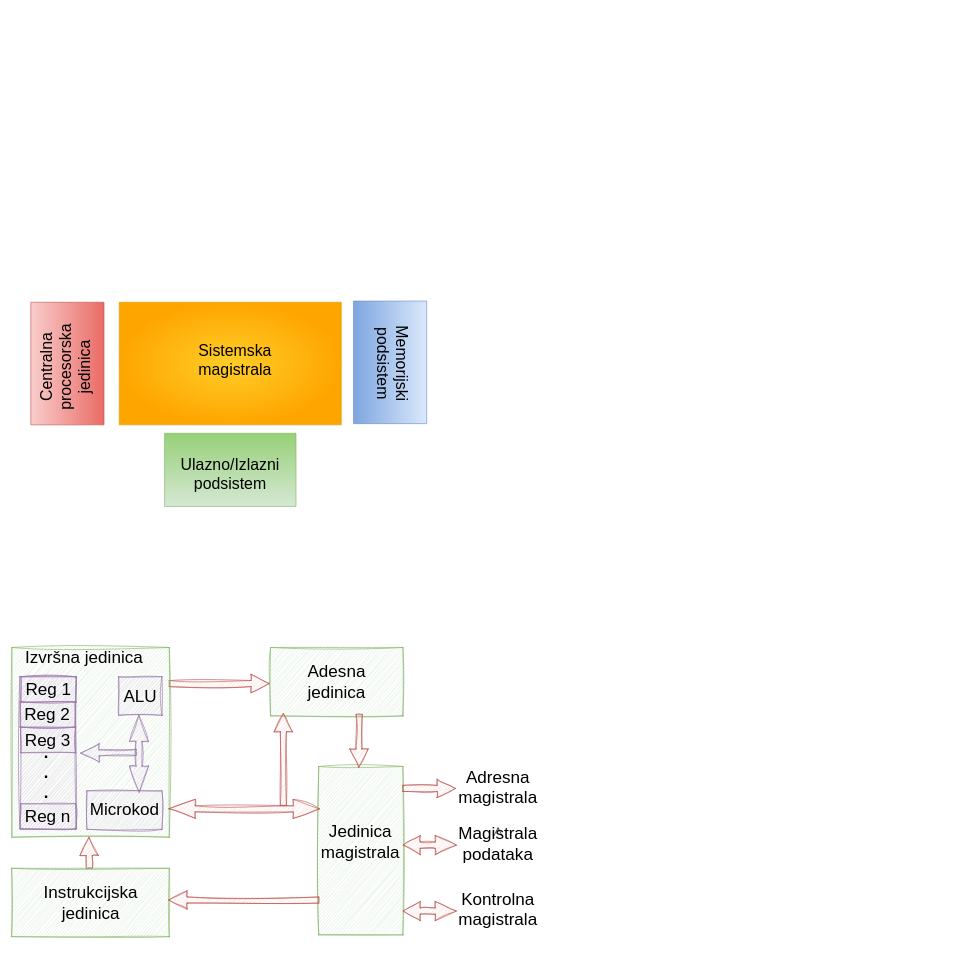
Earlier version of the draw.io diagram Programiranje_u_fizici.drawio (dejan-aleksic/PMF-IoT). Source tidied: cells renumbered, new cells numbered last; positions are measured from the earlier drawing's top-left corner, leaving out a move shared by most shapes. Both pictures are drawn from the tidied source at 61%, with x=0, y=0 at pixel (10, 301).
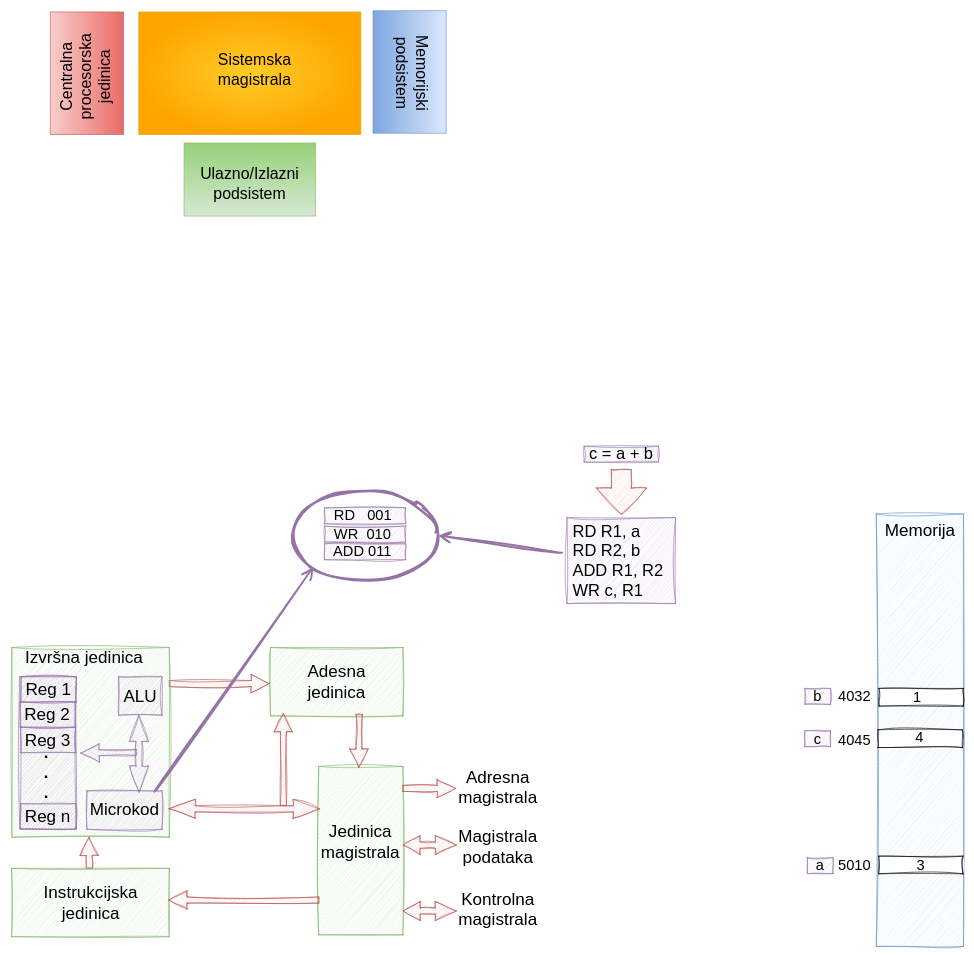
Above is the later version.

Unchanged cells that the change refers to:
```xml
<mxCell id="18" style="verticalLabelPosition=bottom;verticalAlign=top;html=1;shape=mxgraph.basic.rect;fillColor2=none;strokeWidth=1;size=20;indent=5;gradientDirection=radial;rotation=-180;sketch=1;curveFitting=1;jiggle=2;fillColor=#e1d5e7;strokeColor=#9673a6;" parent="1" vertex="1">
  <mxGeometry x="125" y="803" width="123" height="63" as="geometry" />
</mxCell>
```

Change to the diagram source:
```diff
@@
+    <mxCell id="48" style="verticalLabelPosition=bottom;verticalAlign=top;html=1;shape=mxgraph.basic.rect;fillColor2=none;strokeWidth=1;size=20;indent=5;gradientDirection=radial;rotation=-180;sketch=1;curveFitting=1;jiggle=2;fillColor=#dae8fc;strokeColor=#6c8ebf;" parent="1" vertex="1">
+      <mxGeometry x="1419" y="349" width="143" height="709" as="geometry" />
+    </mxCell>
@@
     <mxCell id="3" style="verticalLabelPosition=bottom;verticalAlign=top;html=1;shape=mxgraph.basic.rect;fillColor2=none;strokeWidth=1;size=20;indent=5;fillColor=#f8cecc;strokeColor=#b85450;gradientColor=#ea6b66;gradientDirection=west;rotation=-180;" parent="1" vertex="1">
-      <mxGeometry x="33" y="2" width="120" height="201" as="geometry" />
+      <mxGeometry x="65" y="-474" width="120" height="201" as="geometry" />
     </mxCell>
     <mxCell id="4" style="verticalLabelPosition=bottom;verticalAlign=top;html=1;shape=mxgraph.basic.rect;fillColor2=none;strokeWidth=1;size=20;indent=5;fillColor=#dae8fc;strokeColor=#6c8ebf;gradientColor=#7ea6e0;gradientDirection=east;rotation=-180;" parent="1" vertex="1">
-      <mxGeometry x="562" width="120" height="201" as="geometry" />
+      <mxGeometry x="594" y="-476" width="120" height="201" as="geometry" />
     </mxCell>
     <mxCell id="5" style="verticalLabelPosition=bottom;verticalAlign=top;html=1;shape=mxgraph.basic.rect;fillColor2=none;strokeWidth=1;size=20;indent=5;fillColor=#d5e8d4;strokeColor=#82b366;rotation=90;gradientColor=#97d077;gradientDirection=west;" parent="1" vertex="1">
-      <mxGeometry x="300" y="169" width="120" height="215.5" as="geometry" />
+      <mxGeometry x="332" y="-307" width="120" height="215.5" as="geometry" />
     </mxCell>
     <mxCell id="6" style="verticalLabelPosition=bottom;verticalAlign=top;html=1;shape=mxgraph.basic.rect;fillColor2=none;strokeWidth=1;size=20;indent=5;fillColor=#ffcd28;strokeColor=#d79b00;gradientColor=#ffa500;gradientDirection=radial;rotation=-180;" parent="1" vertex="1">
-      <mxGeometry x="178" y="2" width="364" height="201" as="geometry" />
+      <mxGeometry x="210" y="-474" width="364" height="201" as="geometry" />
     </mxCell>
     <mxCell id="7" value="Sistemska magistrala" style="text;strokeColor=none;fillColor=none;html=1;align=center;verticalAlign=middle;whiteSpace=wrap;rounded=0;fontSize=26;" parent="1" vertex="1">
-      <mxGeometry x="338" y="82" width="60" height="30" as="geometry" />
+      <mxGeometry x="370" y="-394" width="60" height="30" as="geometry" />
     </mxCell>
     <mxCell id="8" value="Centralna&lt;br&gt;procesorska&lt;br&gt;jedinica" style="text;strokeColor=none;fillColor=none;html=1;align=center;verticalAlign=middle;whiteSpace=wrap;rounded=0;fontSize=26;rotation=-90;" parent="1" vertex="1">
-      <mxGeometry x="61" y="93" width="60" height="30" as="geometry" />
+      <mxGeometry x="93" y="-383" width="60" height="30" as="geometry" />
     </mxCell>
     <mxCell id="9" value="Memorijski&lt;br&gt;podsistem" style="text;strokeColor=none;fillColor=none;html=1;align=center;verticalAlign=middle;whiteSpace=wrap;rounded=0;fontSize=26;rotation=90;" parent="1" vertex="1">
-      <mxGeometry x="596" y="87.5" width="60" height="30" as="geometry" />
+      <mxGeometry x="628" y="-388.5" width="60" height="30" as="geometry" />
     </mxCell>
     <mxCell id="10" value="Ulazno/Izlazni podsistem" style="text;strokeColor=none;fillColor=none;html=1;align=center;verticalAlign=middle;whiteSpace=wrap;rounded=0;fontSize=26;" parent="1" vertex="1">
-      <mxGeometry x="330" y="269" width="60" height="30" as="geometry" />
+      <mxGeometry x="362" y="-207" width="60" height="30" as="geometry" />
     </mxCell>
@@
+    <mxCell id="49" style="edgeStyle=none;curved=1;rounded=0;jettySize=auto;html=1;endArrow=open;startSize=14;endSize=14;sourcePerimeterSpacing=8;targetPerimeterSpacing=8;fillColor=#e1d5e7;strokeColor=#9673a6;strokeWidth=3;sketch=1;curveFitting=1;jiggle=2;entryX=0;entryY=1;entryDx=0;entryDy=0;exitX=0.099;exitY=0.982;exitDx=0;exitDy=0;exitPerimeter=0;" parent="1" edge="1" source="18" target="74">
+      <mxGeometry relative="1" as="geometry" />
+    </mxCell>
@@
     <mxCell id="45" value="Magistrala podataka" style="text;strokeColor=none;fillColor=none;html=1;align=center;verticalAlign=middle;whiteSpace=wrap;rounded=0;sketch=1;curveFitting=1;jiggle=2;fontSize=28;fontColor=#000000;" parent="1" vertex="1">
-      <mxGeometry x="739" y="870" width="120" height="39" as="geometry" />
+      <mxGeometry x="739" y="850" width="120" height="87" as="geometry" />
     </mxCell>
@@
-    <mxCell id="47" style="edgeStyle=none;curved=1;rounded=0;orthogonalLoop=1;jettySize=auto;html=1;exitX=0.5;exitY=0;exitDx=0;exitDy=0;endArrow=open;startSize=14;endSize=14;sourcePerimeterSpacing=8;targetPerimeterSpacing=8;" parent="1" edge="1" source="45" target="45">
-      <mxGeometry relative="1" as="geometry" />
-    </mxCell>
+    <mxCell id="50" style="group;" parent="1" vertex="1">
+      <mxGeometry x="1423" y="910" width="138" height="29" as="geometry" />
+    </mxCell>
+    <mxCell id="51" style="verticalLabelPosition=bottom;verticalAlign=top;html=1;shape=mxgraph.basic.rect;fillColor2=none;strokeWidth=1;size=20;indent=5;gradientDirection=radial;rotation=-180;sketch=1;curveFitting=1;jiggle=2;" parent="50" vertex="1">
+      <mxGeometry width="138" height="29" as="geometry" />
+    </mxCell>
+    <mxCell id="52" value="3" style="text;strokeColor=none;fillColor=none;html=1;align=center;verticalAlign=middle;whiteSpace=wrap;rounded=0;sketch=1;curveFitting=1;jiggle=2;fontSize=24;fontColor=#000000;" parent="50" vertex="1">
+      <mxGeometry x="9" y="1.5" width="120" height="26" as="geometry" />
+    </mxCell>
+    <mxCell id="53" style="group;" parent="1" vertex="1">
+      <mxGeometry x="1420.5" y="635" width="141" height="29" as="geometry" />
+    </mxCell>
+    <mxCell id="54" style="verticalLabelPosition=bottom;verticalAlign=top;html=1;shape=mxgraph.basic.rect;fillColor2=none;strokeWidth=1;size=20;indent=5;gradientDirection=radial;rotation=-180;sketch=1;curveFitting=1;jiggle=2;" parent="53" vertex="1">
+      <mxGeometry x="3" width="138" height="29" as="geometry" />
+    </mxCell>
+    <mxCell id="55" style="group;" parent="53" vertex="1">
+      <mxGeometry x="55" width="22" height="29" as="geometry" />
+    </mxCell>
+    <mxCell id="56" value="1" style="text;strokeColor=none;fillColor=none;html=1;align=center;verticalAlign=middle;whiteSpace=wrap;rounded=0;sketch=1;curveFitting=1;jiggle=2;fontSize=24;fontColor=#000000;" parent="55" vertex="1">
+      <mxGeometry x="1.4" y="1.5" width="19.1" height="26" as="geometry" />
+    </mxCell>
+    <mxCell id="57" style="group;" parent="1" vertex="1">
+      <mxGeometry x="1419" y="703" width="141" height="29" as="geometry" />
+    </mxCell>
+    <mxCell id="58" style="verticalLabelPosition=bottom;verticalAlign=top;html=1;shape=mxgraph.basic.rect;fillColor2=none;strokeWidth=1;size=20;indent=5;gradientDirection=radial;rotation=-180;sketch=1;curveFitting=1;jiggle=2;" parent="57" vertex="1">
+      <mxGeometry x="3" width="138" height="29" as="geometry" />
+    </mxCell>
+    <mxCell id="59" value="4" style="text;strokeColor=none;fillColor=none;html=1;align=center;verticalAlign=middle;whiteSpace=wrap;rounded=0;sketch=1;curveFitting=1;jiggle=2;fontSize=24;fontColor=#000000;" parent="57" vertex="1">
+      <mxGeometry x="11" width="120" height="26" as="geometry" />
+    </mxCell>
+    <mxCell id="60" value="4032" style="text;strokeColor=none;fillColor=none;html=1;align=center;verticalAlign=middle;whiteSpace=wrap;rounded=0;sketch=1;curveFitting=1;jiggle=2;fontSize=24;fontColor=#000000;" parent="1" vertex="1">
+      <mxGeometry x="1344" y="635" width="79" height="26" as="geometry" />
+    </mxCell>
+    <mxCell id="61" value="4045" style="text;strokeColor=none;fillColor=none;html=1;align=center;verticalAlign=middle;whiteSpace=wrap;rounded=0;sketch=1;curveFitting=1;jiggle=2;fontSize=24;fontColor=#000000;" parent="1" vertex="1">
+      <mxGeometry x="1344" y="707" width="79" height="26" as="geometry" />
+    </mxCell>
+    <mxCell id="62" value="5010" style="text;strokeColor=none;fillColor=none;html=1;align=center;verticalAlign=middle;whiteSpace=wrap;rounded=0;sketch=1;curveFitting=1;jiggle=2;fontSize=24;fontColor=#000000;" parent="1" vertex="1">
+      <mxGeometry x="1344" y="913" width="79" height="26" as="geometry" />
+    </mxCell>
+    <mxCell id="63" value="c = a + b" style="text;strokeColor=#9673a6;fillColor=#e1d5e7;html=1;align=center;verticalAlign=middle;whiteSpace=wrap;rounded=0;sketch=1;curveFitting=1;jiggle=2;fontSize=27;" parent="1" vertex="1">
+      <mxGeometry x="940" y="238" width="122" height="26" as="geometry" />
+    </mxCell>
+    <mxCell id="64" value="a" style="text;html=1;align=center;verticalAlign=middle;whiteSpace=wrap;rounded=0;sketch=1;curveFitting=1;jiggle=2;fontSize=24;fillColor=#e1d5e7;strokeColor=#9673a6;" parent="1" vertex="1">
+      <mxGeometry x="1306" y="912.5" width="42" height="26" as="geometry" />
+    </mxCell>
+    <mxCell id="65" value="b" style="text;html=1;align=center;verticalAlign=middle;whiteSpace=wrap;rounded=0;sketch=1;curveFitting=1;jiggle=2;fontSize=24;fillColor=#e1d5e7;strokeColor=#9673a6;" parent="1" vertex="1">
+      <mxGeometry x="1302" y="635" width="42" height="26" as="geometry" />
+    </mxCell>
+    <mxCell id="66" value="c" style="text;html=1;align=center;verticalAlign=middle;whiteSpace=wrap;rounded=0;sketch=1;curveFitting=1;jiggle=2;fontSize=24;fillColor=#e1d5e7;strokeColor=#9673a6;" parent="1" vertex="1">
+      <mxGeometry x="1302" y="704.5" width="42" height="26" as="geometry" />
+    </mxCell>
+    <mxCell id="67" value="Memorija" style="text;strokeColor=none;fillColor=none;html=1;align=center;verticalAlign=middle;whiteSpace=wrap;rounded=0;sketch=1;curveFitting=1;jiggle=2;fontSize=28;fontColor=#000000;" parent="1" vertex="1">
+      <mxGeometry x="1431" y="355" width="120" height="39" as="geometry" />
+    </mxCell>
+    <mxCell id="68" style="shape=flexArrow;endArrow=classic;html=1;rounded=0;startSize=14;endSize=14;sourcePerimeterSpacing=8;targetPerimeterSpacing=8;curved=1;endWidth=48.23529411764706;width=32.85714285714286;sketch=1;curveFitting=1;jiggle=2;shadow=0;fillColor=#f8cecc;strokeColor=#b85450;" parent="1" edge="1">
+      <mxGeometry relative="1" as="geometry">
+        <mxPoint x="1001" y="276" as="sourcePoint" />
+        <mxPoint x="1001" y="350" as="targetPoint" />
+      </mxGeometry>
+    </mxCell>
+    <mxCell id="69" style="edgeStyle=none;curved=1;rounded=0;jettySize=auto;html=1;entryX=1;entryY=0.5;entryDx=0;entryDy=0;endArrow=open;startSize=14;endSize=14;sourcePerimeterSpacing=8;targetPerimeterSpacing=8;fillColor=#e1d5e7;strokeColor=#9673a6;strokeWidth=3;sketch=1;curveFitting=1;jiggle=2;" parent="1" edge="1" source="70" target="74">
+      <mxGeometry relative="1" as="geometry" />
+    </mxCell>
+    <mxCell id="70" value="&amp;nbsp;RD R1, a&lt;br&gt;&amp;nbsp;RD R2, b&lt;br&gt;&amp;nbsp;ADD R1, R2&lt;br&gt;&amp;nbsp;WR c, R1" style="text;strokeColor=#9673a6;fillColor=#e1d5e7;html=1;align=left;verticalAlign=middle;whiteSpace=wrap;rounded=0;sketch=1;curveFitting=1;jiggle=2;fontSize=27;labelBackgroundColor=none;" parent="1" vertex="1">
+      <mxGeometry x="912" y="355" width="178" height="141" as="geometry" />
+    </mxCell>
+    <mxCell id="71" value="&amp;nbsp; RD&amp;nbsp; &amp;nbsp;001" style="text;html=1;align=left;verticalAlign=middle;whiteSpace=wrap;rounded=0;sketch=1;curveFitting=1;jiggle=2;fontSize=24;fillColor=#e1d5e7;strokeColor=#9673a6;" parent="1" vertex="1">
+      <mxGeometry x="514.5" y="339" width="133" height="26" as="geometry" />
+    </mxCell>
+    <mxCell id="72" value="&amp;nbsp; WR&amp;nbsp; 010" style="text;html=1;align=left;verticalAlign=middle;whiteSpace=wrap;rounded=0;sketch=1;curveFitting=1;jiggle=2;fontSize=24;fillColor=#e1d5e7;strokeColor=#9673a6;" parent="1" vertex="1">
+      <mxGeometry x="514.5" y="369" width="133" height="26" as="geometry" />
+    </mxCell>
+    <mxCell id="73" value="&amp;nbsp; ADD 011" style="text;html=1;align=left;verticalAlign=middle;whiteSpace=wrap;rounded=0;sketch=1;curveFitting=1;jiggle=2;fontSize=24;fillColor=#e1d5e7;strokeColor=#9673a6;" parent="1" vertex="1">
+      <mxGeometry x="514.5" y="398" width="133" height="26" as="geometry" />
+    </mxCell>
+    <mxCell id="74" style="ellipse;whiteSpace=wrap;html=1;fillColor=none;strokeColor=#9673a6;strokeWidth=4;sketch=1;curveFitting=1;jiggle=2;" parent="1" vertex="1">
+      <mxGeometry x="461" y="311" width="240" height="147" as="geometry" />
+    </mxCell>
```
